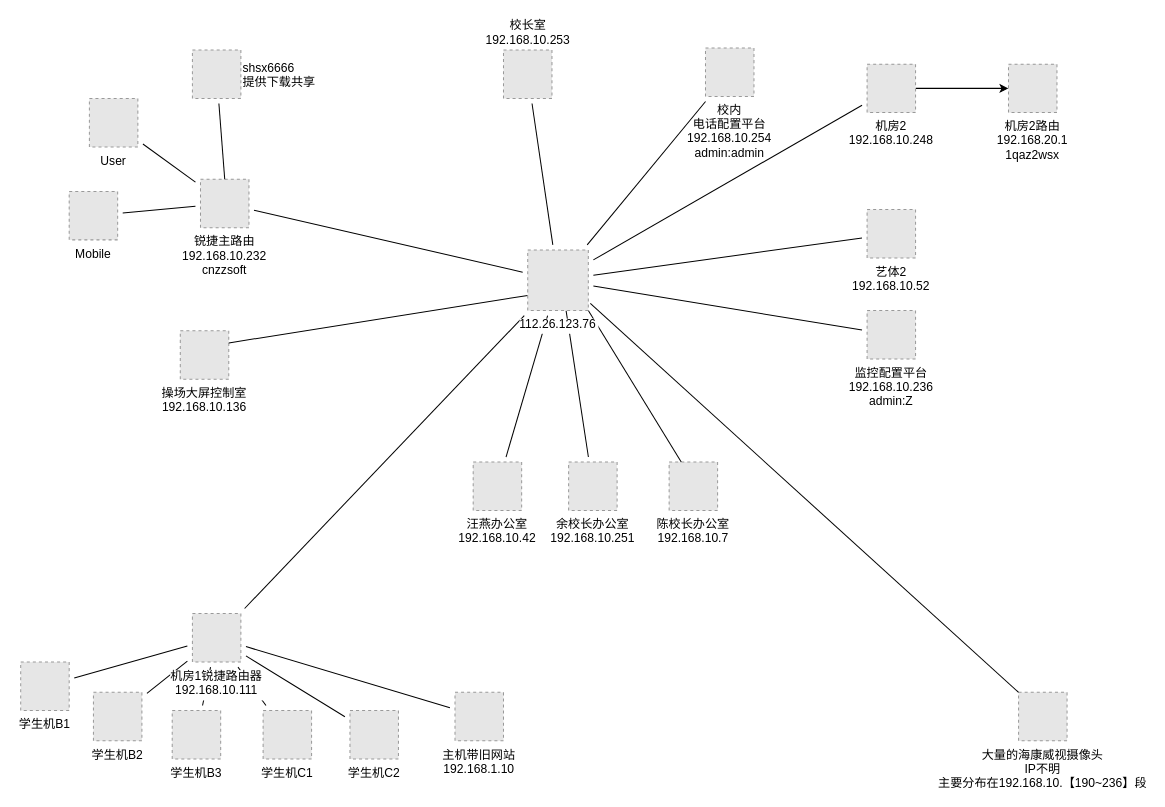
Earlier version of the draw.io diagram aqsh3x-newwork.drawio (jarodlee/aqsh3x). Source tidied: cells renumbered, new cells numbered last; positions are measured from the earlier drawing's top-left corner, leaving out a move shared by most shapes. Both pictures are drawn from the tidied source at 101%, with x=0, y=0 at pixel (20, 47). Pictures stored in the file or linked from it are replaced by grey dashed boxes.
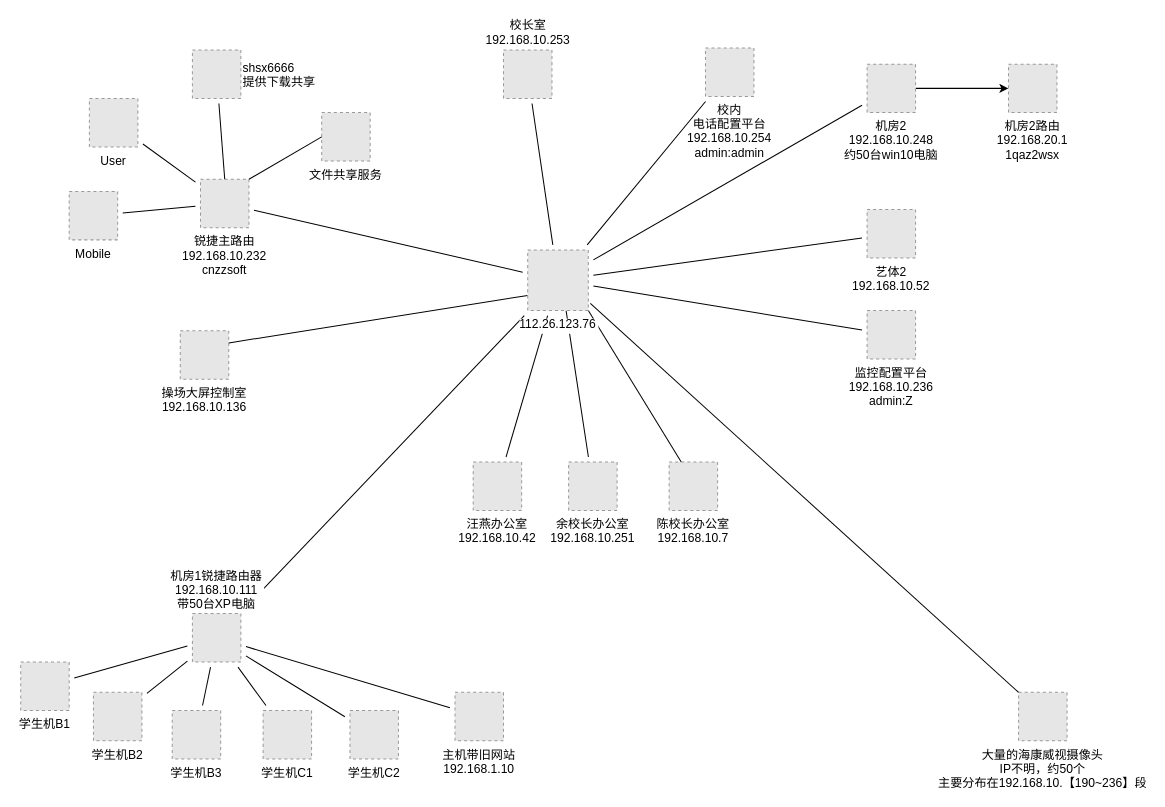
The same page after the edit.

The change refers to these unchanged cells:
```xml
<mxCell id="25" value="锐捷主路由&#10;192.168.10.232&#10;cnzzsoft" style="fillColor=#E6E6E6;strokeColor=#999999;dashed=1;verticalLabelPosition=bottom;verticalAlign=top;labelBackgroundColor=#ffffff;" parent="1" vertex="1">
  <mxGeometry x="178" y="130" width="48" height="48" as="geometry" />
</mxCell>
```

What changed in the source:
```diff
@@
-    <mxCell id="27" value="机房2&#10;192.168.10.248&#10;" style="fillColor=#E6E6E6;strokeColor=#999999;dashed=1;verticalLabelPosition=bottom;verticalAlign=top;labelBackgroundColor=#ffffff;" parent="1" vertex="1">
+    <mxCell id="27" value="机房2&#10;192.168.10.248&#10;约50台win10电脑" style="fillColor=#E6E6E6;strokeColor=#999999;dashed=1;verticalLabelPosition=bottom;verticalAlign=top;labelBackgroundColor=#ffffff;" parent="1" vertex="1">
       <mxGeometry x="838" y="16" width="48" height="48" as="geometry" />
     </mxCell>
@@
-    <mxCell id="31" value="机房1锐捷路由器&#10;192.168.10.111" style="fillColor=#E6E6E6;strokeColor=#999999;dashed=1;verticalLabelPosition=bottom;verticalAlign=top;labelBackgroundColor=#ffffff;" parent="1" vertex="1">
+    <mxCell id="31" value="机房1锐捷路由器&#10;192.168.10.111&#10;带50台XP电脑" style="fillColor=#E6E6E6;strokeColor=#999999;dashed=1;verticalLabelPosition=top;verticalAlign=bottom;labelBackgroundColor=#ffffff;labelPosition=center;align=center;" parent="1" vertex="1">
       <mxGeometry x="170" y="560" width="48" height="48" as="geometry" />
     </mxCell>
@@
-    <mxCell id="43" value="大量的海康威视摄像头&#10;IP不明&#10;主要分布在192.168.10.【190~236】段" style="fillColor=#E6E6E6;strokeColor=#999999;dashed=1;verticalLabelPosition=bottom;verticalAlign=top;" parent="1" vertex="1">
+    <mxCell id="43" value="大量的海康威视摄像头&#10;IP不明，约50个&#10;主要分布在192.168.10.【190~236】段" style="fillColor=#E6E6E6;strokeColor=#999999;dashed=1;verticalLabelPosition=bottom;verticalAlign=top;" parent="1" vertex="1">
       <mxGeometry x="988" y="638" width="48" height="48" as="geometry" />
     </mxCell>
@@
+    <mxCell id="47" value="文件共享服务" style="fillColor=#E6E6E6;strokeColor=#999999;dashed=1;verticalLabelPosition=bottom;verticalAlign=top;" parent="1" vertex="1">
+      <mxGeometry x="298" y="64" width="48" height="48" as="geometry" />
+    </mxCell>
+    <mxCell id="48" style="rounded=0;jettySize=auto;html=1;endArrow=none;endFill=0;sourcePerimeterSpacing=5;targetPerimeterSpacing=5;entryX=0;entryY=0.5;entryDx=0;entryDy=0;exitX=1;exitY=0;exitDx=0;exitDy=0;" parent="1" edge="1" source="25" target="47">
+      <mxGeometry relative="1" as="geometry" />
+    </mxCell>
```
